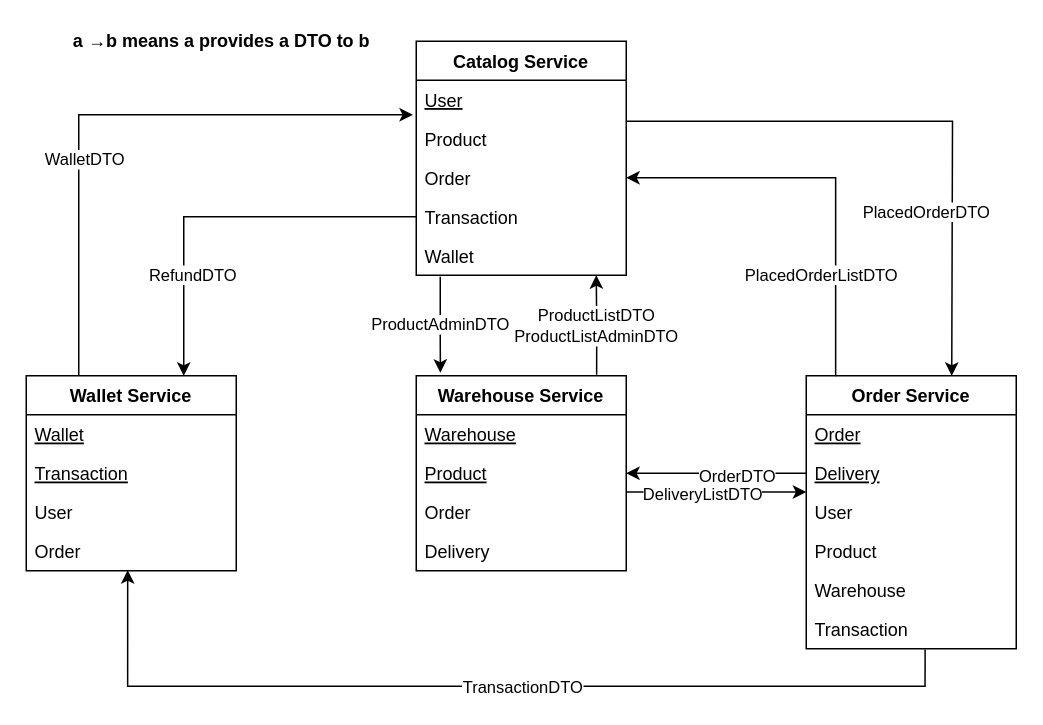
Earlier version of the draw.io diagram images/schema.drawio (franckies/ecommerce-api). Source tidied: cells renumbered, new cells numbered last; positions are measured from the earlier drawing's top-left corner, leaving out a move shared by most shapes. Both pictures are drawn from the tidied source at 150%, with x=0, y=0 at pixel (26, 26).
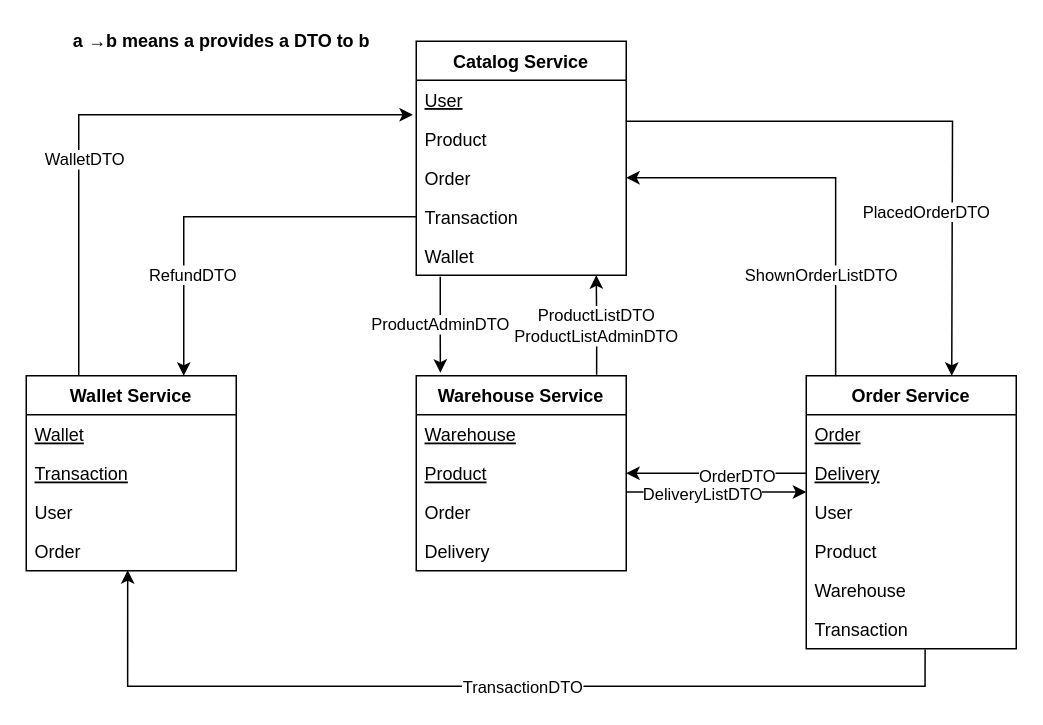
The same page after the edit.

The change refers to these unchanged cells:
```xml
<mxCell id="38" style="edgeStyle=orthogonalEdgeStyle;rounded=0;jettySize=auto;html=1;entryX=1;entryY=0.5;entryDx=0;entryDy=0;exitX=0.14;exitY=0.002;exitDx=0;exitDy=0;exitPerimeter=0;" parent="1" edge="1" source="19" target="9">
  <mxGeometry relative="1" as="geometry" />
</mxCell>
```

Change to the diagram source:
```diff
@@
-    <mxCell id="39" value="PlacedOrderListDTO" style="edgeLabel;html=1;align=center;verticalAlign=middle;" parent="38" vertex="1">
+    <mxCell id="39" value="ShownOrderListDTO" style="edgeLabel;html=1;align=center;verticalAlign=middle;" parent="38" vertex="1">
       <mxGeometry x="-0.34" y="-4" relative="1" as="geometry">
         <mxPoint x="-14" y="22" as="offset" />
       </mxGeometry>
     </mxCell>
```
